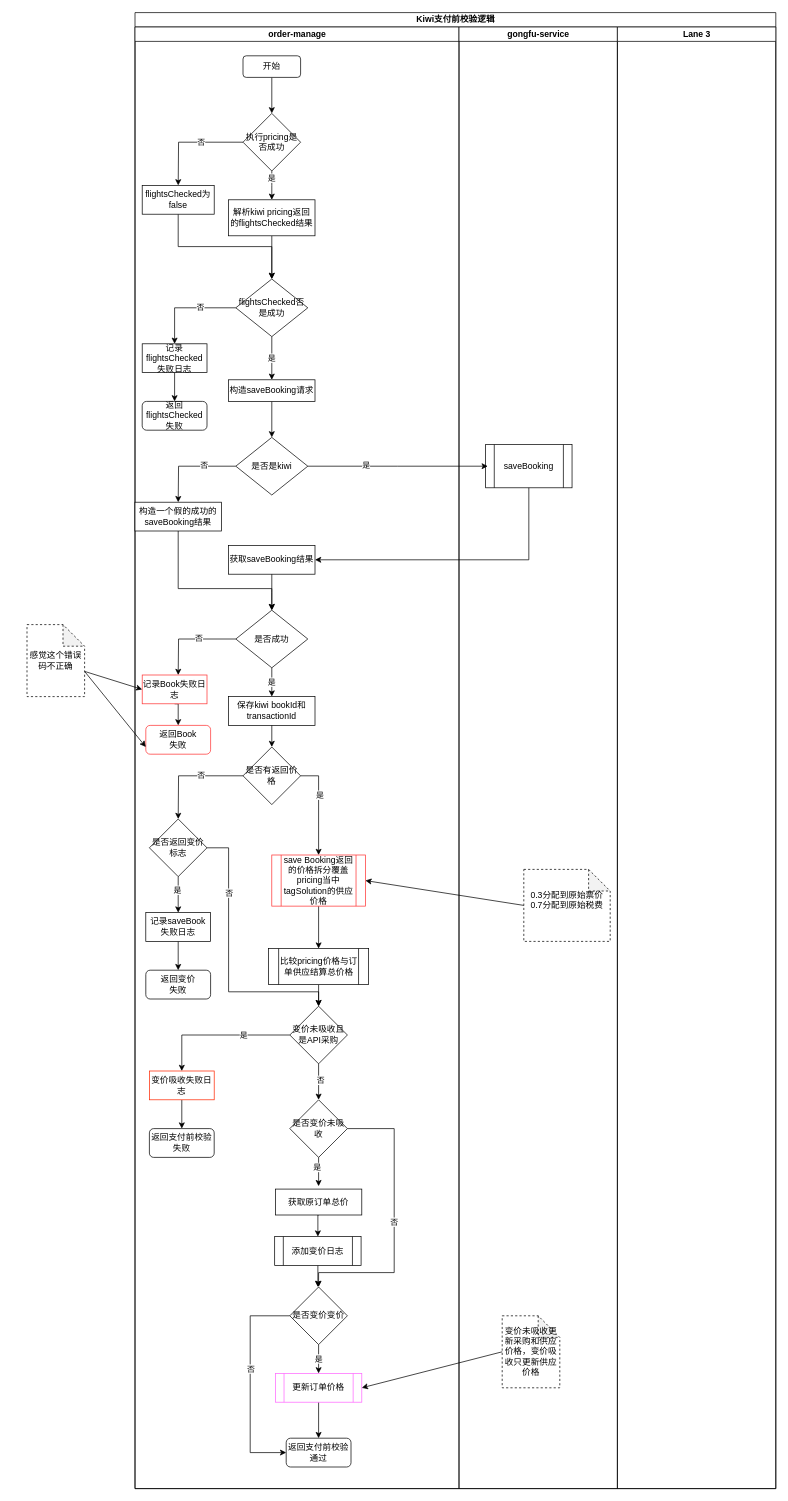
zhangweixin/design-diagram keeps this draw.io diagram as page "LCC支付前校验具体逻辑" (6 of 13) of pkfare/paycheck-refactor/支付前校验现状.drawio. Above is the earlier version. Source tidied: cells renumbered, new cells numbered last; positions are measured from the earlier drawing's top-left corner, leaving out a move shared by most shapes. Both pictures are drawn from the tidied source at 72%, with x=0, y=0 at pixel (27, 12).
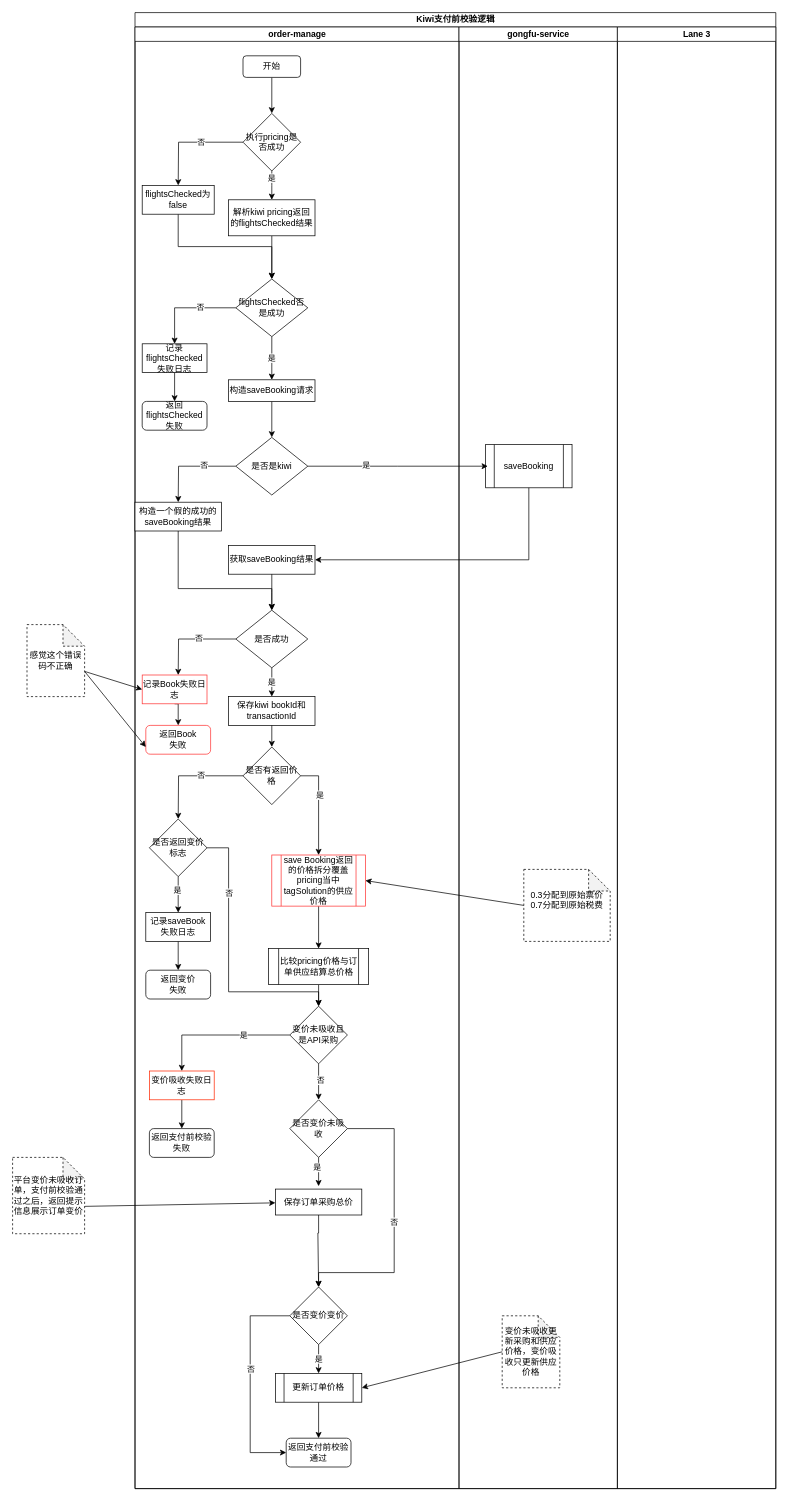
Above is the later version.

Unchanged cells that the change refers to:
```xml
<mxCell id="3" value="order-manage" style="swimlane;startSize=20;html=1;" parent="2" vertex="1">
  <mxGeometry y="20" width="450" height="2030" as="geometry" />
</mxCell>
<mxCell id="59" value="是否变价变价" style="rhombus;whiteSpace=wrap;html=1;strokeColor=#000000;fontColor=#000000;" parent="3" vertex="1">
  <mxGeometry x="215" y="1750" width="80" height="80" as="geometry" />
</mxCell>
```

The edit, as a diff of the source:
```diff
@@
-    <mxCell id="50" value="更新订单价格" style="shape=process;whiteSpace=wrap;html=1;backgroundOutline=1;strokeColor=#FF66FF;" parent="3" vertex="1">
+    <mxCell id="50" value="更新订单价格" style="shape=process;whiteSpace=wrap;html=1;backgroundOutline=1;strokeColor=#000000;" parent="3" vertex="1">
       <mxGeometry x="195" y="1870" width="120" height="40" as="geometry" />
     </mxCell>
-    <mxCell id="51" style="edgeStyle=orthogonalEdgeStyle;rounded=0;jettySize=auto;html=1;exitX=0.5;exitY=1;exitDx=0;exitDy=0;" parent="3" edge="1" source="52">
-      <mxGeometry relative="1" as="geometry">
-        <mxPoint x="254" y="1750" as="targetPoint" />
-      </mxGeometry>
-    </mxCell>
-    <mxCell id="52" value="添加变价日志" style="shape=process;whiteSpace=wrap;html=1;backgroundOutline=1;strokeColor=#000000;" parent="3" vertex="1">
-      <mxGeometry x="194" y="1680" width="120" height="40" as="geometry" />
-    </mxCell>
@@
-    <mxCell id="54" style="edgeStyle=orthogonalEdgeStyle;rounded=0;jettySize=auto;html=1;exitX=0.5;exitY=1;exitDx=0;exitDy=0;entryX=0.5;entryY=0;entryDx=0;entryDy=0;fontColor=#000000;" parent="3" edge="1" source="55" target="52">
-      <mxGeometry relative="1" as="geometry" />
+    <mxCell id="54" style="edgeStyle=orthogonalEdgeStyle;rounded=0;jettySize=auto;html=1;exitX=0.5;exitY=1;exitDx=0;exitDy=0;fontColor=#000000;entryX=0.5;entryY=0;entryDx=0;entryDy=0;" parent="3" edge="1" source="55" target="59">
+      <mxGeometry relative="1" as="geometry">
+        <Array as="points">
+          <mxPoint x="255" y="1675" />
+          <mxPoint x="254" y="1675" />
+        </Array>
+      </mxGeometry>
     </mxCell>
-    <mxCell id="55" value="获取原订单总价" style="rounded=0;whiteSpace=wrap;html=1;strokeColor=#000000;fontColor=#000000;" parent="3" vertex="1">
+    <mxCell id="55" value="保存订单采购总价" style="rounded=0;whiteSpace=wrap;html=1;strokeColor=#000000;fontColor=#000000;" parent="3" vertex="1">
       <mxGeometry x="195" y="1614" width="120" height="36" as="geometry" />
     </mxCell>
@@
+    <mxCell id="93" style="rounded=0;jettySize=auto;html=1;exitX=0;exitY=0;exitDx=100;exitDy=68;exitPerimeter=0;" parent="1" edge="1" source="94" target="55">
+      <mxGeometry relative="1" as="geometry" />
+    </mxCell>
+    <mxCell id="94" value="平台变价未吸收订单，支付前校验通过之后，返回提示信息展示订单变价" style="shape=note;whiteSpace=wrap;html=1;backgroundOutline=1;darkOpacity=0.05;dashed=1;" parent="1" vertex="1">
+      <mxGeometry x="-20" y="1590" width="100" height="106" as="geometry" />
+    </mxCell>
```
